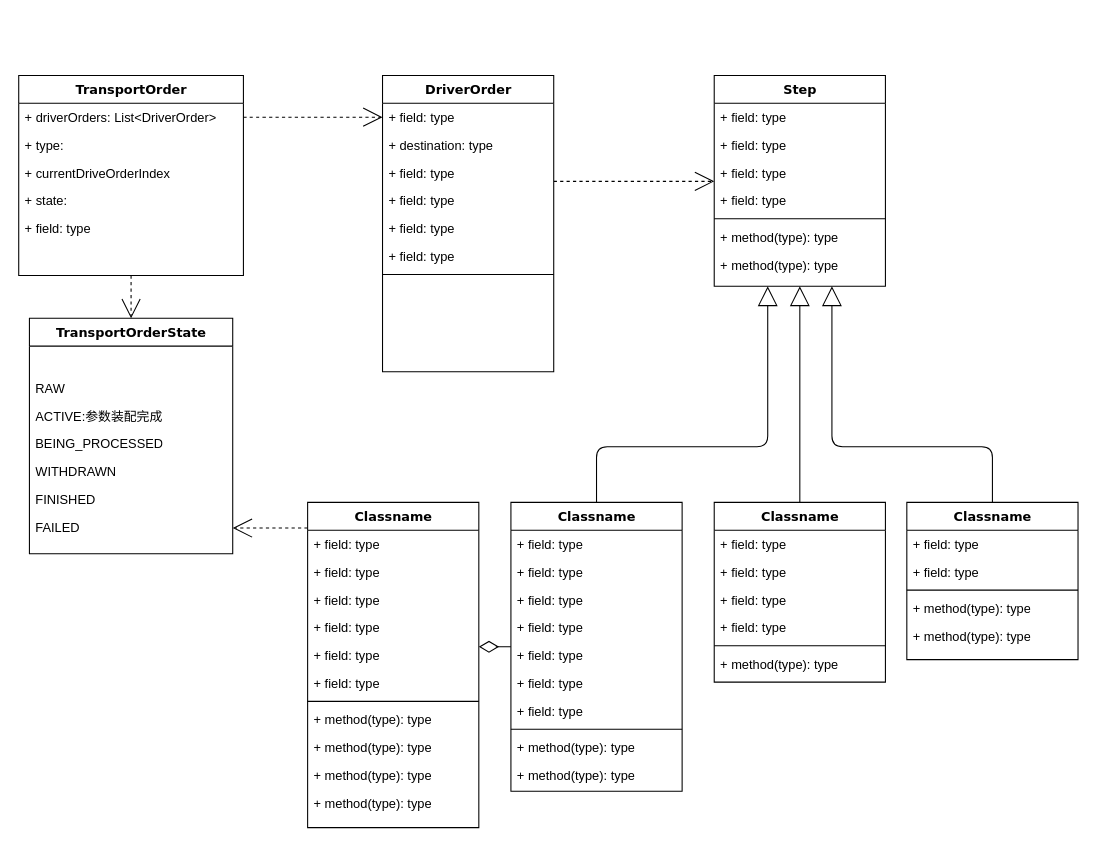
This is 架构/领域类.drawio from c825503724/fms, a draw.io file, before an edit. Source tidied: cells renumbered, new cells numbered last; positions are measured from the earlier drawing's top-left corner, leaving out a move shared by most shapes. Both pictures are drawn from the tidied source at 107%, with x=0, y=0 at pixel (18, 75).
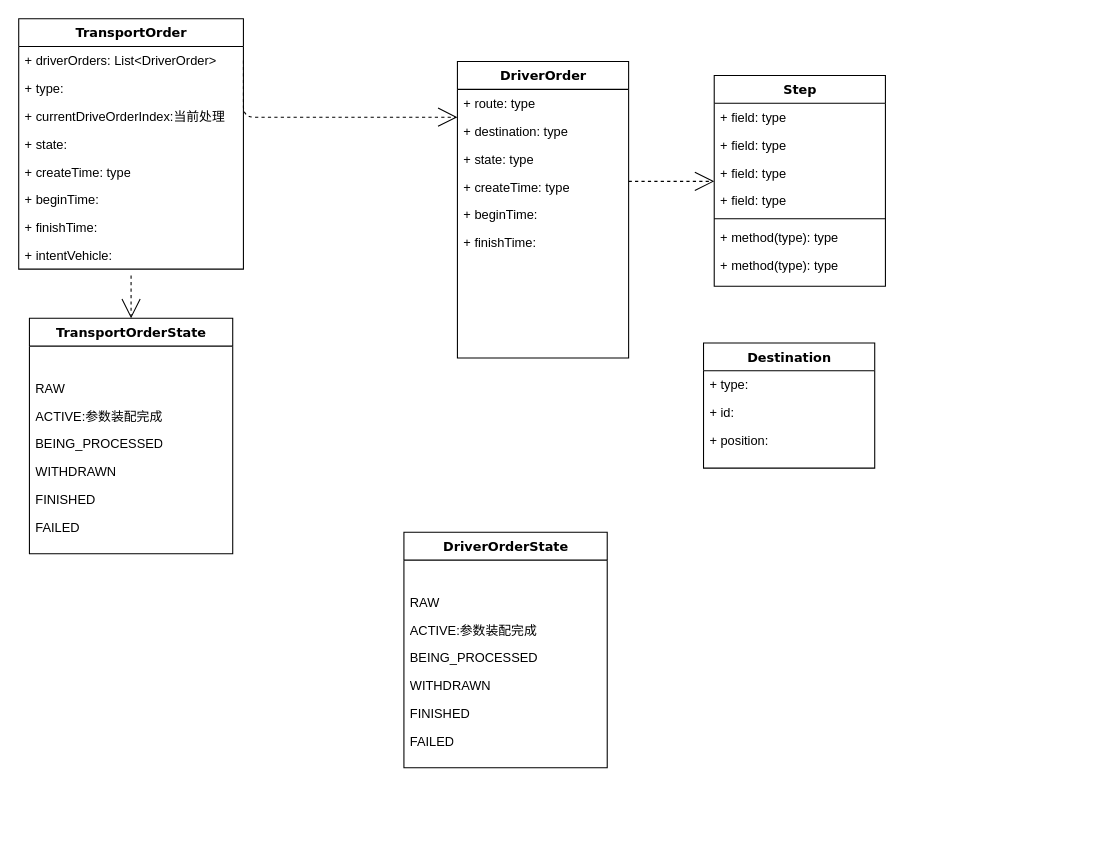
The same diagram, later.

Commit message (it also covers changes not shown here):
更新领域类.drawio

The change refers to these unchanged cells:
```xml
<mxCell id="17" value="Step" style="swimlane;html=1;fontStyle=1;align=center;verticalAlign=top;horizontal=1;startSize=26;swimlaneFillColor=#ffffff;rounded=0;shadow=0;comic=0;labelBackgroundColor=none;strokeWidth=1;fillColor=none;fontFamily=Verdana;fontSize=12;" parent="1" vertex="1">
  <mxGeometry x="650" width="160" height="197" as="geometry" />
</mxCell>
<mxCell id="26" value="TransportOrderState" style="swimlane;html=1;fontStyle=1;align=center;verticalAlign=top;horizontal=1;startSize=26;swimlaneFillColor=#ffffff;rounded=0;shadow=0;comic=0;labelBackgroundColor=none;strokeWidth=1;fillColor=none;fontFamily=Verdana;fontSize=12;" parent="1" vertex="1">
  <mxGeometry x="10" y="227" width="190" height="220" as="geometry" />
</mxCell>
```

Change to the diagram source:
```diff
@@
     <mxCell id="2" value="TransportOrder" style="swimlane;html=1;fontStyle=1;align=center;verticalAlign=top;horizontal=1;startSize=26;swimlaneFillColor=#ffffff;rounded=0;shadow=0;comic=0;labelBackgroundColor=none;strokeWidth=1;fillColor=none;fontFamily=Verdana;fontSize=12;" parent="1" vertex="1">
-      <mxGeometry width="210" height="187" as="geometry" />
+      <mxGeometry y="-53" width="210" height="234" as="geometry" />
     </mxCell>
@@
-    <mxCell id="5" value="+&amp;nbsp;currentDriveOrderIndex&lt;span style=&quot;background-color: initial;&quot;&gt;&amp;nbsp;&lt;/span&gt;" style="text;html=1;strokeColor=none;fillColor=none;align=left;verticalAlign=top;spacingLeft=4;spacingRight=4;whiteSpace=wrap;overflow=hidden;" parent="2" vertex="1">
+    <mxCell id="5" value="+&amp;nbsp;currentDriveOrderIndex:当前处理&lt;span style=&quot;background-color: initial;&quot;&gt;&amp;nbsp;&lt;/span&gt;" style="text;html=1;strokeColor=none;fillColor=none;align=left;verticalAlign=top;spacingLeft=4;spacingRight=4;whiteSpace=wrap;overflow=hidden;" parent="2" vertex="1">
       <mxGeometry y="78" width="210" height="26" as="geometry" />
     </mxCell>
@@
-    <mxCell id="7" value="+ field: type" style="text;html=1;strokeColor=none;fillColor=none;align=left;verticalAlign=top;spacingLeft=4;spacingRight=4;whiteSpace=wrap;overflow=hidden;" parent="2" vertex="1">
+    <mxCell id="7" value="+ createTime: type" style="text;html=1;strokeColor=none;fillColor=none;align=left;verticalAlign=top;spacingLeft=4;spacingRight=4;whiteSpace=wrap;overflow=hidden;" parent="2" vertex="1">
       <mxGeometry y="130" width="210" height="26" as="geometry" />
     </mxCell>
+    <mxCell id="76" value="+ beginTime:&amp;nbsp;" style="text;html=1;strokeColor=none;fillColor=none;align=left;verticalAlign=top;spacingLeft=4;spacingRight=4;whiteSpace=wrap;overflow=hidden;" parent="2" vertex="1">
+      <mxGeometry y="156" width="210" height="26" as="geometry" />
+    </mxCell>
+    <mxCell id="77" value="+ finishTime:&amp;nbsp;" style="text;html=1;strokeColor=none;fillColor=none;align=left;verticalAlign=top;spacingLeft=4;spacingRight=4;whiteSpace=wrap;overflow=hidden;" parent="2" vertex="1">
+      <mxGeometry y="182" width="210" height="26" as="geometry" />
+    </mxCell>
+    <mxCell id="78" value="+ intentVehicle:&amp;nbsp;" style="text;html=1;strokeColor=none;fillColor=none;align=left;verticalAlign=top;spacingLeft=4;spacingRight=4;whiteSpace=wrap;overflow=hidden;" parent="2" vertex="1">
+      <mxGeometry y="208" width="210" height="26" as="geometry" />
+    </mxCell>
@@
     <mxCell id="9" value="DriverOrder" style="swimlane;html=1;fontStyle=1;align=center;verticalAlign=top;horizontal=1;startSize=26;swimlaneFillColor=#ffffff;rounded=0;shadow=0;comic=0;labelBackgroundColor=none;strokeWidth=1;fillColor=none;fontFamily=Verdana;fontSize=12;" parent="1" vertex="1">
-      <mxGeometry x="340" width="160" height="277" as="geometry" />
+      <mxGeometry x="410" y="-13" width="160" height="277" as="geometry" />
     </mxCell>
-    <mxCell id="10" value="+ field: type" style="text;html=1;strokeColor=none;fillColor=none;align=left;verticalAlign=top;spacingLeft=4;spacingRight=4;whiteSpace=wrap;overflow=hidden;" parent="9" vertex="1">
+    <mxCell id="10" value="+&amp;nbsp;route&lt;span style=&quot;background-color: initial;&quot;&gt;: type&lt;/span&gt;" style="text;html=1;strokeColor=none;fillColor=none;align=left;verticalAlign=top;spacingLeft=4;spacingRight=4;whiteSpace=wrap;overflow=hidden;" parent="9" vertex="1">
       <mxGeometry y="26" width="160" height="26" as="geometry" />
     </mxCell>
@@
-    <mxCell id="12" value="+ field: type" style="text;html=1;strokeColor=none;fillColor=none;align=left;verticalAlign=top;spacingLeft=4;spacingRight=4;whiteSpace=wrap;overflow=hidden;" parent="9" vertex="1">
+    <mxCell id="12" value="+ state: type" style="text;html=1;strokeColor=none;fillColor=none;align=left;verticalAlign=top;spacingLeft=4;spacingRight=4;whiteSpace=wrap;overflow=hidden;" parent="9" vertex="1">
       <mxGeometry y="78" width="160" height="26" as="geometry" />
     </mxCell>
-    <mxCell id="13" value="+ field: type" style="text;html=1;strokeColor=none;fillColor=none;align=left;verticalAlign=top;spacingLeft=4;spacingRight=4;whiteSpace=wrap;overflow=hidden;" parent="9" vertex="1">
-      <mxGeometry y="104" width="160" height="26" as="geometry" />
-    </mxCell>
-    <mxCell id="14" value="+ field: type" style="text;html=1;strokeColor=none;fillColor=none;align=left;verticalAlign=top;spacingLeft=4;spacingRight=4;whiteSpace=wrap;overflow=hidden;" parent="9" vertex="1">
-      <mxGeometry y="130" width="160" height="26" as="geometry" />
-    </mxCell>
-    <mxCell id="15" value="+ field: type" style="text;html=1;strokeColor=none;fillColor=none;align=left;verticalAlign=top;spacingLeft=4;spacingRight=4;whiteSpace=wrap;overflow=hidden;" parent="9" vertex="1">
-      <mxGeometry y="156" width="160" height="26" as="geometry" />
-    </mxCell>
-    <mxCell id="16" style="line;html=1;strokeWidth=1;fillColor=none;align=left;verticalAlign=middle;spacingTop=-1;spacingLeft=3;spacingRight=3;labelPosition=right;" parent="9" vertex="1">
-      <mxGeometry y="182" width="160" height="8" as="geometry" />
-    </mxCell>
+    <mxCell id="79" value="+ createTime: type" style="text;html=1;strokeColor=none;fillColor=none;align=left;verticalAlign=top;spacingLeft=4;spacingRight=4;whiteSpace=wrap;overflow=hidden;" parent="9" vertex="1">
+      <mxGeometry y="104" width="160" height="26" as="geometry" />
+    </mxCell>
+    <mxCell id="80" value="+ beginTime:&amp;nbsp;" style="text;html=1;strokeColor=none;fillColor=none;align=left;verticalAlign=top;spacingLeft=4;spacingRight=4;whiteSpace=wrap;overflow=hidden;" parent="9" vertex="1">
+      <mxGeometry y="130" width="160" height="26" as="geometry" />
+    </mxCell>
+    <mxCell id="81" value="+ finishTime:&amp;nbsp;" style="text;html=1;strokeColor=none;fillColor=none;align=left;verticalAlign=top;spacingLeft=4;spacingRight=4;whiteSpace=wrap;overflow=hidden;" parent="9" vertex="1">
+      <mxGeometry y="156" width="160" height="26" as="geometry" />
+    </mxCell>
@@
-    <mxCell id="25" style="edgeStyle=elbowEdgeStyle;html=1;labelBackgroundColor=none;startFill=0;startSize=8;endArrow=open;endFill=0;endSize=16;fontFamily=Verdana;fontSize=12;elbow=vertical;dashed=1;" parent="1" edge="1" source="35" target="26">
-      <mxGeometry relative="1" as="geometry" />
-    </mxCell>
@@
-    <mxCell id="34" style="edgeStyle=elbowEdgeStyle;html=1;labelBackgroundColor=none;startFill=0;startSize=8;endArrow=diamondThin;endFill=0;endSize=16;fontFamily=Verdana;fontSize=12;elbow=vertical;" parent="1" edge="1" source="48" target="35">
-      <mxGeometry relative="1" as="geometry" />
-    </mxCell>
-    <mxCell id="35" value="Classname" style="swimlane;html=1;fontStyle=1;align=center;verticalAlign=top;horizontal=1;startSize=26;swimlaneFillColor=#ffffff;rounded=0;shadow=0;comic=0;labelBackgroundColor=none;strokeWidth=1;fillColor=none;fontFamily=Verdana;fontSize=12;" parent="1" vertex="1">
-      <mxGeometry x="270" y="399" width="160" height="304" as="geometry" />
-    </mxCell>
-    <mxCell id="36" value="+ field: type" style="text;html=1;strokeColor=none;fillColor=none;align=left;verticalAlign=top;spacingLeft=4;spacingRight=4;whiteSpace=wrap;overflow=hidden;" parent="35" vertex="1">
-      <mxGeometry y="26" width="160" height="26" as="geometry" />
-    </mxCell>
-    <mxCell id="37" value="+ field: type" style="text;html=1;strokeColor=none;fillColor=none;align=left;verticalAlign=top;spacingLeft=4;spacingRight=4;whiteSpace=wrap;overflow=hidden;" parent="35" vertex="1">
-      <mxGeometry y="52" width="160" height="26" as="geometry" />
-    </mxCell>
-    <mxCell id="38" value="+ field: type" style="text;html=1;strokeColor=none;fillColor=none;align=left;verticalAlign=top;spacingLeft=4;spacingRight=4;whiteSpace=wrap;overflow=hidden;" parent="35" vertex="1">
-      <mxGeometry y="78" width="160" height="26" as="geometry" />
-    </mxCell>
-    <mxCell id="39" value="+ field: type" style="text;html=1;strokeColor=none;fillColor=none;align=left;verticalAlign=top;spacingLeft=4;spacingRight=4;whiteSpace=wrap;overflow=hidden;" parent="35" vertex="1">
-      <mxGeometry y="104" width="160" height="26" as="geometry" />
-    </mxCell>
-    <mxCell id="40" value="+ field: type" style="text;html=1;strokeColor=none;fillColor=none;align=left;verticalAlign=top;spacingLeft=4;spacingRight=4;whiteSpace=wrap;overflow=hidden;" parent="35" vertex="1">
-      <mxGeometry y="130" width="160" height="26" as="geometry" />
-    </mxCell>
-    <mxCell id="41" value="+ field: type" style="text;html=1;strokeColor=none;fillColor=none;align=left;verticalAlign=top;spacingLeft=4;spacingRight=4;whiteSpace=wrap;overflow=hidden;" parent="35" vertex="1">
-      <mxGeometry y="156" width="160" height="26" as="geometry" />
-    </mxCell>
-    <mxCell id="42" style="line;html=1;strokeWidth=1;fillColor=none;align=left;verticalAlign=middle;spacingTop=-1;spacingLeft=3;spacingRight=3;labelPosition=right;" parent="35" vertex="1">
-      <mxGeometry y="182" width="160" height="8" as="geometry" />
-    </mxCell>
-    <mxCell id="43" value="+ method(type): type" style="text;html=1;strokeColor=none;fillColor=none;align=left;verticalAlign=top;spacingLeft=4;spacingRight=4;whiteSpace=wrap;overflow=hidden;" parent="35" vertex="1">
-      <mxGeometry y="190" width="160" height="26" as="geometry" />
-    </mxCell>
-    <mxCell id="44" value="+ method(type): type" style="text;html=1;strokeColor=none;fillColor=none;align=left;verticalAlign=top;spacingLeft=4;spacingRight=4;whiteSpace=wrap;overflow=hidden;" parent="35" vertex="1">
-      <mxGeometry y="216" width="160" height="26" as="geometry" />
-    </mxCell>
-    <mxCell id="45" value="+ method(type): type" style="text;html=1;strokeColor=none;fillColor=none;align=left;verticalAlign=top;spacingLeft=4;spacingRight=4;whiteSpace=wrap;overflow=hidden;" parent="35" vertex="1">
-      <mxGeometry y="242" width="160" height="26" as="geometry" />
-    </mxCell>
-    <mxCell id="46" value="+ method(type): type" style="text;html=1;strokeColor=none;fillColor=none;align=left;verticalAlign=top;spacingLeft=4;spacingRight=4;whiteSpace=wrap;overflow=hidden;" parent="35" vertex="1">
-      <mxGeometry y="268" width="160" height="26" as="geometry" />
-    </mxCell>
-    <mxCell id="47" style="edgeStyle=orthogonalEdgeStyle;html=1;labelBackgroundColor=none;startFill=0;startSize=8;endArrow=block;endFill=0;endSize=16;fontFamily=Verdana;fontSize=12;" parent="1" edge="1" source="48" target="17">
-      <mxGeometry relative="1" as="geometry">
-        <Array as="points">
-          <mxPoint x="540" y="347" />
-          <mxPoint x="700" y="347" />
-        </Array>
-      </mxGeometry>
-    </mxCell>
-    <mxCell id="48" value="Classname" style="swimlane;html=1;fontStyle=1;align=center;verticalAlign=top;horizontal=1;startSize=26;swimlaneFillColor=#ffffff;rounded=0;shadow=0;comic=0;labelBackgroundColor=none;strokeWidth=1;fillColor=none;fontFamily=Verdana;fontSize=12;" parent="1" vertex="1">
-      <mxGeometry x="460" y="399" width="160" height="270" as="geometry" />
-    </mxCell>
-    <mxCell id="49" value="+ field: type" style="text;html=1;strokeColor=none;fillColor=none;align=left;verticalAlign=top;spacingLeft=4;spacingRight=4;whiteSpace=wrap;overflow=hidden;" parent="48" vertex="1">
-      <mxGeometry y="26" width="160" height="26" as="geometry" />
-    </mxCell>
-    <mxCell id="50" value="+ field: type" style="text;html=1;strokeColor=none;fillColor=none;align=left;verticalAlign=top;spacingLeft=4;spacingRight=4;whiteSpace=wrap;overflow=hidden;" parent="48" vertex="1">
-      <mxGeometry y="52" width="160" height="26" as="geometry" />
-    </mxCell>
-    <mxCell id="51" value="+ field: type" style="text;html=1;strokeColor=none;fillColor=none;align=left;verticalAlign=top;spacingLeft=4;spacingRight=4;whiteSpace=wrap;overflow=hidden;" parent="48" vertex="1">
-      <mxGeometry y="78" width="160" height="26" as="geometry" />
-    </mxCell>
-    <mxCell id="52" value="+ field: type" style="text;html=1;strokeColor=none;fillColor=none;align=left;verticalAlign=top;spacingLeft=4;spacingRight=4;whiteSpace=wrap;overflow=hidden;" parent="48" vertex="1">
-      <mxGeometry y="104" width="160" height="26" as="geometry" />
-    </mxCell>
-    <mxCell id="53" value="+ field: type" style="text;html=1;strokeColor=none;fillColor=none;align=left;verticalAlign=top;spacingLeft=4;spacingRight=4;whiteSpace=wrap;overflow=hidden;" parent="48" vertex="1">
-      <mxGeometry y="130" width="160" height="26" as="geometry" />
-    </mxCell>
-    <mxCell id="54" value="+ field: type" style="text;html=1;strokeColor=none;fillColor=none;align=left;verticalAlign=top;spacingLeft=4;spacingRight=4;whiteSpace=wrap;overflow=hidden;" parent="48" vertex="1">
-      <mxGeometry y="156" width="160" height="26" as="geometry" />
-    </mxCell>
-    <mxCell id="55" value="+ field: type" style="text;html=1;strokeColor=none;fillColor=none;align=left;verticalAlign=top;spacingLeft=4;spacingRight=4;whiteSpace=wrap;overflow=hidden;" parent="48" vertex="1">
-      <mxGeometry y="182" width="160" height="26" as="geometry" />
-    </mxCell>
-    <mxCell id="56" style="line;html=1;strokeWidth=1;fillColor=none;align=left;verticalAlign=middle;spacingTop=-1;spacingLeft=3;spacingRight=3;labelPosition=right;" parent="48" vertex="1">
-      <mxGeometry y="208" width="160" height="8" as="geometry" />
-    </mxCell>
-    <mxCell id="57" value="+ method(type): type" style="text;html=1;strokeColor=none;fillColor=none;align=left;verticalAlign=top;spacingLeft=4;spacingRight=4;whiteSpace=wrap;overflow=hidden;" parent="48" vertex="1">
-      <mxGeometry y="216" width="160" height="26" as="geometry" />
-    </mxCell>
-    <mxCell id="58" value="+ method(type): type" style="text;html=1;strokeColor=none;fillColor=none;align=left;verticalAlign=top;spacingLeft=4;spacingRight=4;whiteSpace=wrap;overflow=hidden;" parent="48" vertex="1">
-      <mxGeometry y="242" width="160" height="26" as="geometry" />
-    </mxCell>
-    <mxCell id="59" style="edgeStyle=orthogonalEdgeStyle;html=1;labelBackgroundColor=none;startFill=0;startSize=8;endArrow=block;endFill=0;endSize=16;fontFamily=Verdana;fontSize=12;" parent="1" edge="1" source="60" target="17">
-      <mxGeometry relative="1" as="geometry" />
-    </mxCell>
-    <mxCell id="60" value="Classname" style="swimlane;html=1;fontStyle=1;align=center;verticalAlign=top;horizontal=1;startSize=26;swimlaneFillColor=#ffffff;rounded=0;shadow=0;comic=0;labelBackgroundColor=none;strokeWidth=1;fillColor=none;fontFamily=Verdana;fontSize=12;" parent="1" vertex="1">
-      <mxGeometry x="650" y="399" width="160" height="168" as="geometry" />
-    </mxCell>
-    <mxCell id="61" value="+ field: type" style="text;html=1;strokeColor=none;fillColor=none;align=left;verticalAlign=top;spacingLeft=4;spacingRight=4;whiteSpace=wrap;overflow=hidden;" parent="60" vertex="1">
-      <mxGeometry y="26" width="160" height="26" as="geometry" />
-    </mxCell>
-    <mxCell id="62" value="+ field: type" style="text;html=1;strokeColor=none;fillColor=none;align=left;verticalAlign=top;spacingLeft=4;spacingRight=4;whiteSpace=wrap;overflow=hidden;" parent="60" vertex="1">
-      <mxGeometry y="52" width="160" height="26" as="geometry" />
-    </mxCell>
-    <mxCell id="63" value="+ field: type" style="text;html=1;strokeColor=none;fillColor=none;align=left;verticalAlign=top;spacingLeft=4;spacingRight=4;whiteSpace=wrap;overflow=hidden;" parent="60" vertex="1">
-      <mxGeometry y="78" width="160" height="26" as="geometry" />
-    </mxCell>
-    <mxCell id="64" value="+ field: type" style="text;html=1;strokeColor=none;fillColor=none;align=left;verticalAlign=top;spacingLeft=4;spacingRight=4;whiteSpace=wrap;overflow=hidden;" parent="60" vertex="1">
-      <mxGeometry y="104" width="160" height="26" as="geometry" />
-    </mxCell>
-    <mxCell id="65" style="line;html=1;strokeWidth=1;fillColor=none;align=left;verticalAlign=middle;spacingTop=-1;spacingLeft=3;spacingRight=3;labelPosition=right;" parent="60" vertex="1">
-      <mxGeometry y="130" width="160" height="8" as="geometry" />
-    </mxCell>
-    <mxCell id="66" value="+ method(type): type" style="text;html=1;strokeColor=none;fillColor=none;align=left;verticalAlign=top;spacingLeft=4;spacingRight=4;whiteSpace=wrap;overflow=hidden;" parent="60" vertex="1">
-      <mxGeometry y="138" width="160" height="26" as="geometry" />
-    </mxCell>
-    <mxCell id="67" style="edgeStyle=orthogonalEdgeStyle;html=1;labelBackgroundColor=none;startFill=0;startSize=8;endArrow=block;endFill=0;endSize=16;fontFamily=Verdana;fontSize=12;" parent="1" edge="1" source="68" target="17">
-      <mxGeometry relative="1" as="geometry">
-        <Array as="points">
-          <mxPoint x="910" y="347" />
-          <mxPoint x="760" y="347" />
-        </Array>
-      </mxGeometry>
-    </mxCell>
-    <mxCell id="68" value="Classname" style="swimlane;html=1;fontStyle=1;align=center;verticalAlign=top;horizontal=1;startSize=26;swimlaneFillColor=#ffffff;rounded=0;shadow=0;comic=0;labelBackgroundColor=none;strokeWidth=1;fillColor=none;fontFamily=Verdana;fontSize=12;" parent="1" vertex="1">
-      <mxGeometry x="830" y="399" width="160" height="147" as="geometry" />
-    </mxCell>
-    <mxCell id="69" value="+ field: type" style="text;html=1;strokeColor=none;fillColor=none;align=left;verticalAlign=top;spacingLeft=4;spacingRight=4;whiteSpace=wrap;overflow=hidden;" parent="68" vertex="1">
-      <mxGeometry y="26" width="160" height="26" as="geometry" />
-    </mxCell>
-    <mxCell id="70" value="+ field: type" style="text;html=1;strokeColor=none;fillColor=none;align=left;verticalAlign=top;spacingLeft=4;spacingRight=4;whiteSpace=wrap;overflow=hidden;" parent="68" vertex="1">
-      <mxGeometry y="52" width="160" height="26" as="geometry" />
-    </mxCell>
-    <mxCell id="71" style="line;html=1;strokeWidth=1;fillColor=none;align=left;verticalAlign=middle;spacingTop=-1;spacingLeft=3;spacingRight=3;labelPosition=right;" parent="68" vertex="1">
-      <mxGeometry y="78" width="160" height="8" as="geometry" />
-    </mxCell>
-    <mxCell id="72" value="+ method(type): type" style="text;html=1;strokeColor=none;fillColor=none;align=left;verticalAlign=top;spacingLeft=4;spacingRight=4;whiteSpace=wrap;overflow=hidden;" parent="68" vertex="1">
-      <mxGeometry y="86" width="160" height="26" as="geometry" />
-    </mxCell>
-    <mxCell id="73" value="+ method(type): type" style="text;html=1;strokeColor=none;fillColor=none;align=left;verticalAlign=top;spacingLeft=4;spacingRight=4;whiteSpace=wrap;overflow=hidden;" parent="68" vertex="1">
-      <mxGeometry y="112" width="160" height="26" as="geometry" />
-    </mxCell>
@@
+    <mxCell id="82" value="DriverOrderState" style="swimlane;html=1;fontStyle=1;align=center;verticalAlign=top;horizontal=1;startSize=26;swimlaneFillColor=#ffffff;rounded=0;shadow=0;comic=0;labelBackgroundColor=none;strokeWidth=1;fillColor=none;fontFamily=Verdana;fontSize=12;" parent="1" vertex="1">
+      <mxGeometry x="360" y="427" width="190" height="220" as="geometry" />
+    </mxCell>
+    <mxCell id="83" value="&lt;div style=&quot;background-color:#2b2b2b;color:#a9b7c6;font-family:'宋体',monospace;font-size:10.5pt;&quot;&gt;&lt;pre&gt;&lt;br&gt;&lt;/pre&gt;&lt;/div&gt;" style="text;html=1;strokeColor=none;fillColor=none;align=left;verticalAlign=top;spacingLeft=4;spacingRight=4;whiteSpace=wrap;overflow=hidden;" parent="82" vertex="1">
+      <mxGeometry y="26" width="190" height="26" as="geometry" />
+    </mxCell>
+    <mxCell id="84" value="RAW" style="text;html=1;strokeColor=none;fillColor=none;align=left;verticalAlign=top;spacingLeft=4;spacingRight=4;whiteSpace=wrap;overflow=hidden;" parent="82" vertex="1">
+      <mxGeometry y="52" width="190" height="26" as="geometry" />
+    </mxCell>
+    <mxCell id="85" value="ACTIVE:参数装配完成" style="text;html=1;strokeColor=none;fillColor=none;align=left;verticalAlign=top;spacingLeft=4;spacingRight=4;whiteSpace=wrap;overflow=hidden;" parent="82" vertex="1">
+      <mxGeometry y="78" width="190" height="26" as="geometry" />
+    </mxCell>
+    <mxCell id="86" value="BEING_PROCESSED" style="text;html=1;strokeColor=none;fillColor=none;align=left;verticalAlign=top;spacingLeft=4;spacingRight=4;whiteSpace=wrap;overflow=hidden;" parent="82" vertex="1">
+      <mxGeometry y="104" width="190" height="26" as="geometry" />
+    </mxCell>
+    <mxCell id="87" value="WITHDRAWN" style="text;html=1;strokeColor=none;fillColor=none;align=left;verticalAlign=top;spacingLeft=4;spacingRight=4;whiteSpace=wrap;overflow=hidden;" parent="82" vertex="1">
+      <mxGeometry y="130" width="190" height="26" as="geometry" />
+    </mxCell>
+    <mxCell id="88" value="FINISHED" style="text;html=1;strokeColor=none;fillColor=none;align=left;verticalAlign=top;spacingLeft=4;spacingRight=4;whiteSpace=wrap;overflow=hidden;" parent="82" vertex="1">
+      <mxGeometry y="156" width="190" height="26" as="geometry" />
+    </mxCell>
+    <mxCell id="89" value="FAILED" style="text;html=1;strokeColor=none;fillColor=none;align=left;verticalAlign=top;spacingLeft=4;spacingRight=4;whiteSpace=wrap;overflow=hidden;" parent="82" vertex="1">
+      <mxGeometry y="182" width="190" height="26" as="geometry" />
+    </mxCell>
+    <mxCell id="90" value="Destination" style="swimlane;html=1;fontStyle=1;align=center;verticalAlign=top;horizontal=1;startSize=26;swimlaneFillColor=#ffffff;rounded=0;shadow=0;comic=0;labelBackgroundColor=none;strokeWidth=1;fillColor=none;fontFamily=Verdana;fontSize=12;" parent="1" vertex="1">
+      <mxGeometry x="640" y="250" width="160" height="117" as="geometry" />
+    </mxCell>
+    <mxCell id="91" value="+ type:&amp;nbsp;" style="text;html=1;strokeColor=none;fillColor=none;align=left;verticalAlign=top;spacingLeft=4;spacingRight=4;whiteSpace=wrap;overflow=hidden;" parent="90" vertex="1">
+      <mxGeometry y="26" width="160" height="26" as="geometry" />
+    </mxCell>
+    <mxCell id="92" value="+ id:&amp;nbsp;" style="text;html=1;strokeColor=none;fillColor=none;align=left;verticalAlign=top;spacingLeft=4;spacingRight=4;whiteSpace=wrap;overflow=hidden;" parent="90" vertex="1">
+      <mxGeometry y="52" width="160" height="26" as="geometry" />
+    </mxCell>
+    <mxCell id="93" value="+ position:&amp;nbsp;" style="text;html=1;strokeColor=none;fillColor=none;align=left;verticalAlign=top;spacingLeft=4;spacingRight=4;whiteSpace=wrap;overflow=hidden;" parent="90" vertex="1">
+      <mxGeometry y="78" width="160" height="26" as="geometry" />
+    </mxCell>
```
